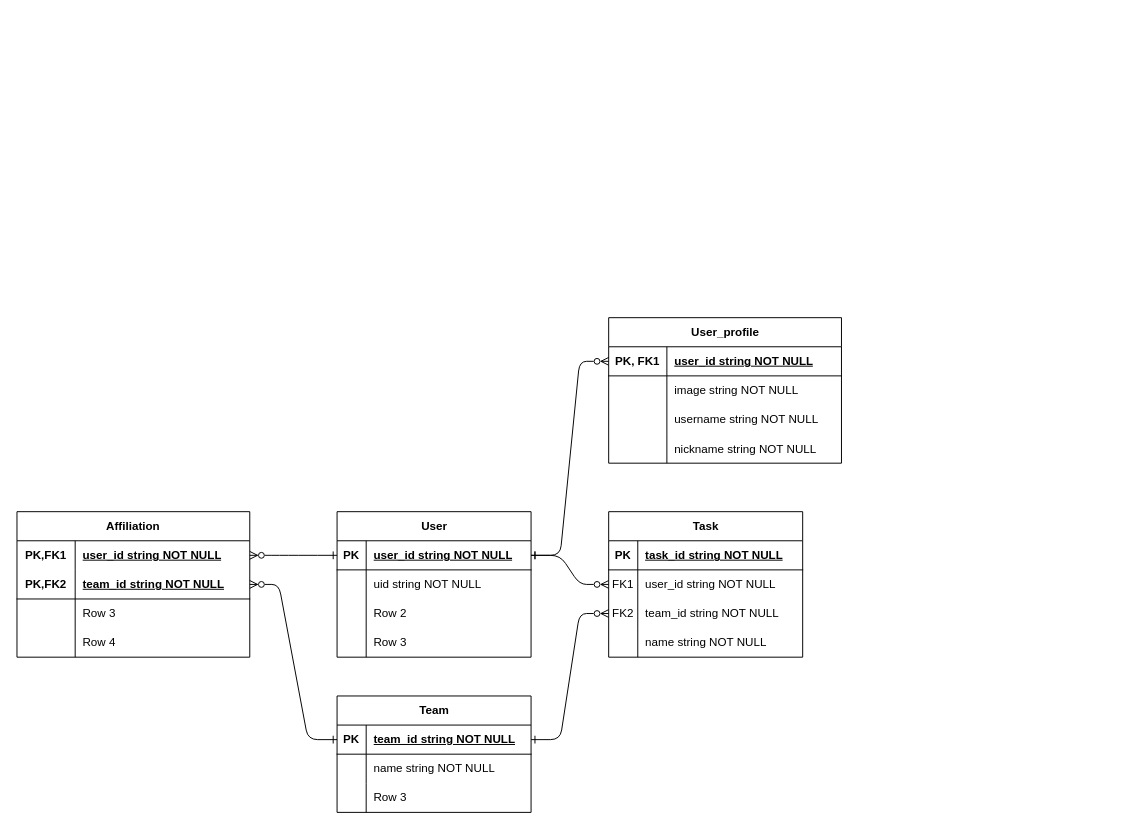
tsuyuni/pj_ETM keeps this draw.io diagram as er.drawio. Above is the earlier version. Source tidied: cells renumbered, new cells numbered last; positions are measured from the earlier drawing's top-left corner, leaving out a move shared by most shapes. Both pictures are drawn from the tidied source at 97%, with x=0, y=0 at pixel (16, 317).
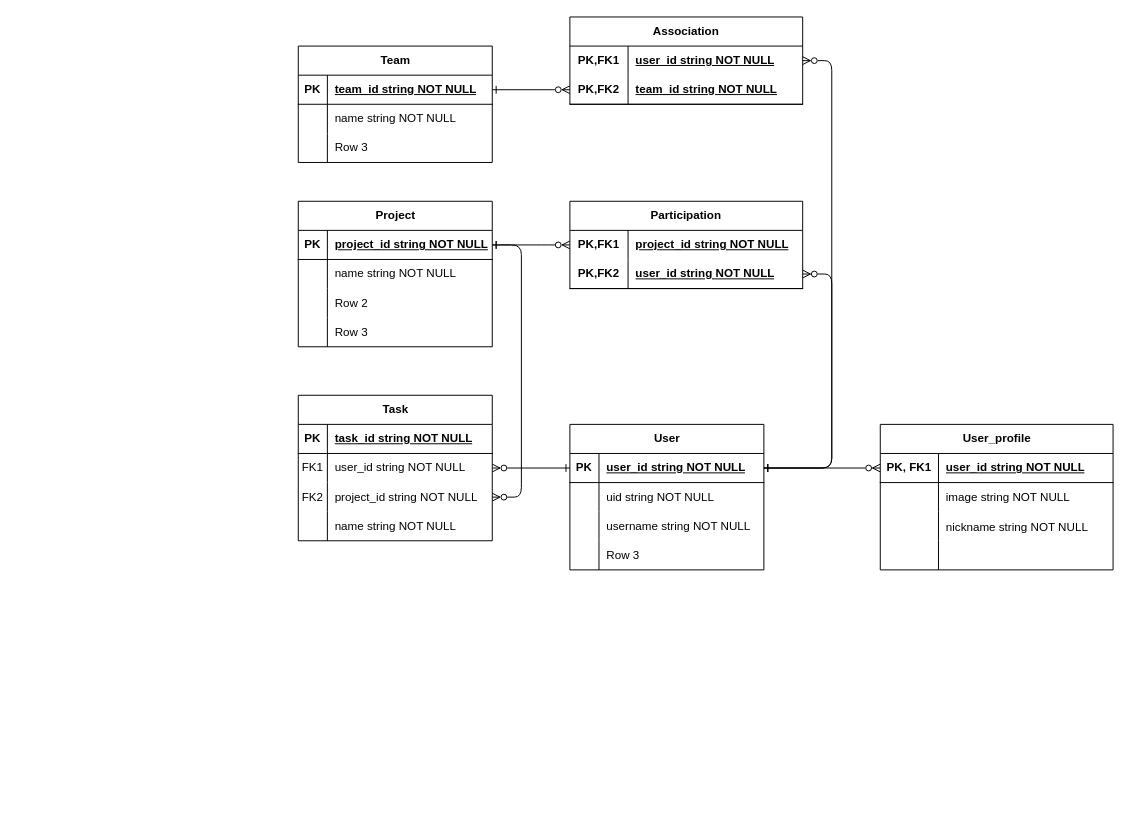
After the change.

Unchanged cells that the change refers to:
```xml
<mxCell id="3" style="shape=tableRow;horizontal=0;startSize=0;swimlaneHead=0;swimlaneBody=0;fillColor=none;points=[[0,0.5],[1,0.5]];portConstraint=eastwest;top=0;left=0;right=0;bottom=1;" parent="2" vertex="1">
  <mxGeometry y="30" width="200" height="30" as="geometry" />
</mxCell>
<mxCell id="9" style="shape=tableRow;horizontal=0;startSize=0;swimlaneHead=0;swimlaneBody=0;fillColor=none;top=0;left=0;right=0;bottom=0;" parent="2" vertex="1">
  <mxGeometry y="90" width="200" height="30" as="geometry" />
</mxCell>
<mxCell id="19" style="shape=tableRow;horizontal=0;startSize=0;swimlaneHead=0;swimlaneBody=0;fillColor=none;points=[[0,0.5],[1,0.5]];portConstraint=eastwest;top=0;left=0;right=0;bottom=0;" parent="15" vertex="1">
  <mxGeometry y="60" width="200" height="30" as="geometry" />
</mxCell>
<mxCell id="22" style="shape=tableRow;horizontal=0;startSize=0;swimlaneHead=0;swimlaneBody=0;fillColor=none;points=[[0,0.5],[1,0.5]];portConstraint=eastwest;top=0;left=0;right=0;bottom=0;" parent="15" vertex="1">
  <mxGeometry y="90" width="200" height="30" as="geometry" />
</mxCell>
<mxCell id="30" style="shape=tableRow;horizontal=0;startSize=0;swimlaneHead=0;swimlaneBody=0;fillColor=none;points=[[0,0.5],[1,0.5]];portConstraint=eastwest;top=0;left=0;right=0;bottom=1;" parent="29" vertex="1">
  <mxGeometry y="30" width="240" height="30" as="geometry" />
</mxCell>
<mxCell id="44" style="shape=tableRow;horizontal=0;startSize=0;swimlaneHead=0;swimlaneBody=0;fillColor=none;points=[[0,0.5],[1,0.5]];portConstraint=eastwest;top=0;left=0;right=0;bottom=1;" parent="43" vertex="1">
  <mxGeometry y="30" width="200" height="30" as="geometry" />
</mxCell>
<mxCell id="54" style="shape=tableRow;horizontal=0;startSize=0;swimlaneHead=0;swimlaneBody=0;fillColor=none;points=[[0,0.5],[1,0.5]];portConstraint=eastwest;top=0;left=0;right=0;bottom=0;html=1;" parent="53" vertex="1">
  <mxGeometry y="30" width="240" height="30" as="geometry" />
</mxCell>
<mxCell id="57" style="shape=tableRow;horizontal=0;startSize=0;swimlaneHead=0;swimlaneBody=0;fillColor=none;points=[[0,0.5],[1,0.5]];portConstraint=eastwest;top=0;left=0;right=0;bottom=1;html=1;" parent="53" vertex="1">
  <mxGeometry y="60" width="240" height="30" as="geometry" />
</mxCell>
```

The edit, as a diff of the source:
```diff
@@
     <mxCell id="2" value="User" style="shape=table;startSize=30;childLayout=tableLayout;rowLines=0;fontStyle=1;align=center;html=1;" parent="1" vertex="1">
-      <mxGeometry x="330" y="200" width="200" height="150" as="geometry" />
+      <mxGeometry x="570" y="110" width="200" height="150" as="geometry" />
     </mxCell>
@@
-    <mxCell id="11" value="Row 2" style="shape=partialRectangle;fillColor=none;top=0;left=0;bottom=0;right=0;align=left;spacingLeft=6;overflow=hidden;whiteSpace=wrap;html=1;" parent="9" vertex="1">
+    <mxCell id="11" value="username string NOT NULL" style="shape=partialRectangle;fillColor=none;top=0;left=0;bottom=0;right=0;align=left;spacingLeft=6;overflow=hidden;whiteSpace=wrap;html=1;" parent="9" vertex="1">
       <mxGeometry x="30" width="170" height="30" as="geometry" />
     </mxCell>
@@
     <mxCell id="15" value="Task" style="shape=table;startSize=30;childLayout=tableLayout;rowLines=0;fontStyle=1;align=center;html=1;" parent="1" vertex="1">
-      <mxGeometry x="610" y="200" width="200" height="150" as="geometry" />
+      <mxGeometry x="290" y="80" width="200" height="150" as="geometry" />
     </mxCell>
@@
-    <mxCell id="24" value="team_id string NOT NULL" style="shape=partialRectangle;fillColor=none;top=0;left=0;bottom=0;right=0;align=left;spacingLeft=6;overflow=hidden;whiteSpace=wrap;html=1;" parent="22" vertex="1">
+    <mxCell id="24" value="project_id string NOT NULL" style="shape=partialRectangle;fillColor=none;top=0;left=0;bottom=0;right=0;align=left;spacingLeft=6;overflow=hidden;whiteSpace=wrap;html=1;" parent="22" vertex="1">
       <mxGeometry x="30" width="170" height="30" as="geometry" />
     </mxCell>
@@
-    <mxCell id="28" style="edgeStyle=entityRelationEdgeStyle;rounded=1;jettySize=auto;html=1;exitX=1;exitY=0.5;exitDx=0;exitDy=0;endArrow=ERzeroToMany;endFill=0;startArrow=ERone;startFill=0;entryX=0;entryY=0.5;entryDx=0;entryDy=0;" parent="1" edge="1" source="3" target="19">
+    <mxCell id="28" style="edgeStyle=orthogonalEdgeStyle;rounded=1;jettySize=auto;html=1;exitX=0;exitY=0.5;exitDx=0;exitDy=0;endArrow=ERzeroToMany;endFill=0;startArrow=ERone;startFill=0;entryX=1;entryY=0.5;entryDx=0;entryDy=0;" parent="1" edge="1" source="3" target="19">
       <mxGeometry relative="1" as="geometry" />
     </mxCell>
     <mxCell id="29" value="User_profile" style="shape=table;startSize=30;childLayout=tableLayout;rowLines=0;fontStyle=1;align=center;html=1;" parent="1" vertex="1">
-      <mxGeometry x="610" width="240" height="150" as="geometry" />
+      <mxGeometry x="890" y="110" width="240" height="150" as="geometry" />
     </mxCell>
@@
+    <mxCell id="39" style="shape=tableRow;horizontal=0;startSize=0;swimlaneHead=0;swimlaneBody=0;fillColor=none;top=0;left=0;right=0;bottom=0;" parent="29" vertex="1">
+      <mxGeometry y="90" width="240" height="30" as="geometry" />
+    </mxCell>
+    <mxCell id="40" style="shape=partialRectangle;fillColor=none;top=0;left=0;bottom=0;right=0;overflow=hidden;" parent="39" vertex="1">
+      <mxGeometry width="60" height="30" as="geometry" />
+    </mxCell>
+    <mxCell id="41" value="nickname string NOT NULL" style="shape=partialRectangle;fillColor=none;top=0;left=0;bottom=0;right=0;align=left;spacingLeft=6;overflow=hidden;" parent="39" vertex="1">
+      <mxGeometry x="60" width="180" height="30" as="geometry" />
+    </mxCell>
     <mxCell id="36" style="shape=tableRow;horizontal=0;startSize=0;swimlaneHead=0;swimlaneBody=0;fillColor=none;top=0;left=0;right=0;bottom=0;" parent="29" vertex="1">
-      <mxGeometry y="90" width="240" height="30" as="geometry" />
+      <mxGeometry y="120" width="240" height="30" as="geometry" />
     </mxCell>
@@
-    <mxCell id="38" value="username string NOT NULL" style="shape=partialRectangle;fillColor=none;top=0;left=0;bottom=0;right=0;align=left;spacingLeft=6;overflow=hidden;whiteSpace=wrap;html=1;" parent="36" vertex="1">
+    <mxCell id="38" style="shape=partialRectangle;fillColor=none;top=0;left=0;bottom=0;right=0;align=left;spacingLeft=6;overflow=hidden;whiteSpace=wrap;html=1;" parent="36" vertex="1">
       <mxGeometry x="60" width="180" height="30" as="geometry" />
     </mxCell>
-    <mxCell id="39" style="shape=tableRow;horizontal=0;startSize=0;swimlaneHead=0;swimlaneBody=0;fillColor=none;top=0;left=0;right=0;bottom=0;" parent="29" vertex="1">
-      <mxGeometry y="120" width="240" height="30" as="geometry" />
-    </mxCell>
-    <mxCell id="40" style="shape=partialRectangle;fillColor=none;top=0;left=0;bottom=0;right=0;overflow=hidden;" parent="39" vertex="1">
-      <mxGeometry width="60" height="30" as="geometry" />
-    </mxCell>
-    <mxCell id="41" value="nickname string NOT NULL" style="shape=partialRectangle;fillColor=none;top=0;left=0;bottom=0;right=0;align=left;spacingLeft=6;overflow=hidden;" parent="39" vertex="1">
-      <mxGeometry x="60" width="180" height="30" as="geometry" />
-    </mxCell>
-    <mxCell id="42" style="edgeStyle=entityRelationEdgeStyle;rounded=1;jettySize=auto;html=1;exitX=1;exitY=0.5;exitDx=0;exitDy=0;endArrow=ERzeroToMany;endFill=0;startArrow=ERone;startFill=0;entryX=0;entryY=0.5;entryDx=0;entryDy=0;" parent="1" edge="1" source="3" target="30">
+    <mxCell id="42" style="edgeStyle=orthogonalEdgeStyle;rounded=1;jettySize=auto;html=1;exitX=1;exitY=0.5;exitDx=0;exitDy=0;endArrow=ERzeroToMany;endFill=0;startArrow=ERone;startFill=0;endSize=6;targetPerimeterSpacing=0;jumpStyle=none;shadow=0;entryX=0;entryY=0.5;entryDx=0;entryDy=0;" parent="1" edge="1" source="3" target="30">
       <mxGeometry relative="1" as="geometry" />
     </mxCell>
     <mxCell id="43" value="Team" style="shape=table;startSize=30;childLayout=tableLayout;rowLines=0;fontStyle=1;align=center;html=1;" parent="1" vertex="1">
-      <mxGeometry x="330" y="390" width="200" height="120" as="geometry" />
+      <mxGeometry x="290" y="-280" width="200" height="120" as="geometry" />
     </mxCell>
@@
-    <mxCell id="53" value="Affiliation" style="shape=table;startSize=30;childLayout=tableLayout;rowLines=0;fontStyle=1;align=center;html=1;whiteSpace=wrap;" parent="1" vertex="1">
-      <mxGeometry y="200" width="240" height="150" as="geometry" />
+    <mxCell id="53" value="Association" style="shape=table;startSize=30;childLayout=tableLayout;rowLines=0;fontStyle=1;align=center;html=1;whiteSpace=wrap;" parent="1" vertex="1">
+      <mxGeometry x="570" y="-310" width="240" height="90" as="geometry" />
     </mxCell>
@@
-    <mxCell id="60" style="shape=tableRow;horizontal=0;startSize=0;swimlaneHead=0;swimlaneBody=0;fillColor=none;top=0;left=0;right=0;bottom=0;html=1;" parent="53" vertex="1">
-      <mxGeometry y="90" width="240" height="30" as="geometry" />
-    </mxCell>
-    <mxCell id="61" style="shape=partialRectangle;fillColor=none;top=0;left=0;bottom=0;right=0;overflow=hidden;html=1;whiteSpace=wrap;" parent="60" vertex="1">
-      <mxGeometry width="60" height="30" as="geometry" />
-    </mxCell>
-    <mxCell id="62" value="Row 3" style="shape=partialRectangle;fillColor=none;top=0;left=0;bottom=0;right=0;align=left;spacingLeft=6;overflow=hidden;html=1;whiteSpace=wrap;" parent="60" vertex="1">
-      <mxGeometry x="60" width="180" height="30" as="geometry" />
-    </mxCell>
-    <mxCell id="63" style="shape=tableRow;horizontal=0;startSize=0;swimlaneHead=0;swimlaneBody=0;fillColor=none;top=0;left=0;right=0;bottom=0;html=1;" parent="53" vertex="1">
-      <mxGeometry y="120" width="240" height="30" as="geometry" />
-    </mxCell>
-    <mxCell id="64" style="shape=partialRectangle;fillColor=none;top=0;left=0;bottom=0;right=0;overflow=hidden;html=1;whiteSpace=wrap;" parent="63" vertex="1">
-      <mxGeometry width="60" height="30" as="geometry" />
-    </mxCell>
-    <mxCell id="65" value="Row 4" style="shape=partialRectangle;fillColor=none;top=0;left=0;bottom=0;right=0;align=left;spacingLeft=6;overflow=hidden;html=1;whiteSpace=wrap;" parent="63" vertex="1">
-      <mxGeometry x="60" width="180" height="30" as="geometry" />
-    </mxCell>
-    <mxCell id="66" style="edgeStyle=entityRelationEdgeStyle;rounded=1;jettySize=auto;html=1;exitX=0;exitY=0.5;exitDx=0;exitDy=0;endArrow=ERzeroToMany;endFill=0;startArrow=ERone;startFill=0;entryX=1;entryY=0.5;entryDx=0;entryDy=0;" parent="1" edge="1" source="3" target="54">
+    <mxCell id="66" style="edgeStyle=entityRelationEdgeStyle;rounded=1;jettySize=auto;html=1;exitX=1;exitY=0.5;exitDx=0;exitDy=0;endArrow=ERzeroToMany;endFill=0;startArrow=ERone;startFill=0;entryX=0;entryY=0.5;entryDx=0;entryDy=0;" parent="1" edge="1" source="70" target="82">
       <mxGeometry relative="1" as="geometry" />
     </mxCell>
-    <mxCell id="67" style="edgeStyle=entityRelationEdgeStyle;rounded=1;jettySize=auto;html=1;exitX=0;exitY=0.5;exitDx=0;exitDy=0;endArrow=ERzeroToMany;endFill=0;startArrow=ERone;startFill=0;entryX=1;entryY=0.5;entryDx=0;entryDy=0;" parent="1" edge="1" source="44" target="57">
+    <mxCell id="67" style="edgeStyle=orthogonalEdgeStyle;rounded=1;jettySize=auto;html=1;endArrow=ERzeroToMany;endFill=0;startArrow=ERone;startFill=0;entryX=0;entryY=0.5;entryDx=0;entryDy=0;exitX=1;exitY=0.5;exitDx=0;exitDy=0;" parent="1" edge="1" source="44" target="57">
       <mxGeometry relative="1" as="geometry" />
     </mxCell>
-    <mxCell id="68" style="edgeStyle=entityRelationEdgeStyle;rounded=1;jettySize=auto;html=1;endArrow=ERzeroToMany;endFill=0;startArrow=ERone;startFill=0;entryX=0;entryY=0.5;entryDx=0;entryDy=0;exitX=1;exitY=0.5;exitDx=0;exitDy=0;" parent="1" edge="1" source="44" target="22">
+    <mxCell id="68" style="edgeStyle=entityRelationEdgeStyle;rounded=1;jettySize=auto;html=1;endArrow=ERzeroToMany;endFill=0;startArrow=ERone;startFill=0;entryX=1;entryY=0.5;entryDx=0;entryDy=0;exitX=1;exitY=0.5;exitDx=0;exitDy=0;" parent="1" edge="1" source="70" target="22">
       <mxGeometry relative="1" as="geometry" />
     </mxCell>
+    <mxCell id="69" value="Project" style="shape=table;startSize=30;childLayout=tableLayout;rowLines=0;fontStyle=1;align=center;html=1;" parent="1" vertex="1">
+      <mxGeometry x="290" y="-120" width="200" height="150" as="geometry" />
+    </mxCell>
+    <mxCell id="70" style="shape=tableRow;horizontal=0;startSize=0;swimlaneHead=0;swimlaneBody=0;fillColor=none;points=[[0,0.5],[1,0.5]];portConstraint=eastwest;top=0;left=0;right=0;bottom=1;" parent="69" vertex="1">
+      <mxGeometry y="30" width="200" height="30" as="geometry" />
+    </mxCell>
+    <mxCell id="71" value="PK" style="shape=partialRectangle;fillColor=none;top=0;left=0;bottom=0;right=0;fontStyle=1;overflow=hidden;whiteSpace=wrap;html=1;" parent="70" vertex="1">
+      <mxGeometry width="30" height="30" as="geometry" />
+    </mxCell>
+    <mxCell id="72" value="project_id string NOT NULL" style="shape=partialRectangle;fillColor=none;top=0;left=0;bottom=0;right=0;align=left;spacingLeft=6;fontStyle=5;overflow=hidden;whiteSpace=wrap;html=1;" parent="70" vertex="1">
+      <mxGeometry x="30" width="170" height="30" as="geometry" />
+    </mxCell>
+    <mxCell id="73" style="shape=tableRow;horizontal=0;startSize=0;swimlaneHead=0;swimlaneBody=0;fillColor=none;top=0;left=0;right=0;bottom=0;" parent="69" vertex="1">
+      <mxGeometry y="60" width="200" height="30" as="geometry" />
+    </mxCell>
+    <mxCell id="74" style="shape=partialRectangle;fillColor=none;top=0;left=0;bottom=0;right=0;overflow=hidden;whiteSpace=wrap;html=1;" parent="73" vertex="1">
+      <mxGeometry width="30" height="30" as="geometry" />
+    </mxCell>
+    <mxCell id="75" value="name string NOT NULL" style="shape=partialRectangle;fillColor=none;top=0;left=0;bottom=0;right=0;align=left;spacingLeft=6;overflow=hidden;whiteSpace=wrap;html=1;" parent="73" vertex="1">
+      <mxGeometry x="30" width="170" height="30" as="geometry" />
+    </mxCell>
+    <mxCell id="76" style="shape=tableRow;horizontal=0;startSize=0;swimlaneHead=0;swimlaneBody=0;fillColor=none;top=0;left=0;right=0;bottom=0;" parent="69" vertex="1">
+      <mxGeometry y="90" width="200" height="30" as="geometry" />
+    </mxCell>
+    <mxCell id="77" style="shape=partialRectangle;fillColor=none;top=0;left=0;bottom=0;right=0;overflow=hidden;whiteSpace=wrap;html=1;" parent="76" vertex="1">
+      <mxGeometry width="30" height="30" as="geometry" />
+    </mxCell>
+    <mxCell id="78" value="Row 2" style="shape=partialRectangle;fillColor=none;top=0;left=0;bottom=0;right=0;align=left;spacingLeft=6;overflow=hidden;whiteSpace=wrap;html=1;" parent="76" vertex="1">
+      <mxGeometry x="30" width="170" height="30" as="geometry" />
+    </mxCell>
+    <mxCell id="79" style="shape=tableRow;horizontal=0;startSize=0;swimlaneHead=0;swimlaneBody=0;fillColor=none;top=0;left=0;right=0;bottom=0;" parent="69" vertex="1">
+      <mxGeometry y="120" width="200" height="30" as="geometry" />
+    </mxCell>
+    <mxCell id="80" style="shape=partialRectangle;fillColor=none;top=0;left=0;bottom=0;right=0;overflow=hidden;whiteSpace=wrap;html=1;" parent="79" vertex="1">
+      <mxGeometry width="30" height="30" as="geometry" />
+    </mxCell>
+    <mxCell id="62" value="Row 3" style="shape=partialRectangle;fillColor=none;top=0;left=0;bottom=0;right=0;align=left;spacingLeft=6;overflow=hidden;whiteSpace=wrap;html=1;" parent="79" vertex="1">
+      <mxGeometry x="30" width="170" height="30" as="geometry" />
+    </mxCell>
+    <mxCell id="81" value="Participation" style="shape=table;startSize=30;childLayout=tableLayout;rowLines=0;fontStyle=1;align=center;html=1;whiteSpace=wrap;" parent="1" vertex="1">
+      <mxGeometry x="570" y="-120" width="240" height="90" as="geometry" />
+    </mxCell>
+    <mxCell id="82" style="shape=tableRow;horizontal=0;startSize=0;swimlaneHead=0;swimlaneBody=0;fillColor=none;points=[[0,0.5],[1,0.5]];portConstraint=eastwest;top=0;left=0;right=0;bottom=0;html=1;" parent="81" vertex="1">
+      <mxGeometry y="30" width="240" height="30" as="geometry" />
+    </mxCell>
+    <mxCell id="83" value="PK,FK1" style="shape=partialRectangle;fillColor=none;top=0;left=0;bottom=0;right=0;fontStyle=1;overflow=hidden;html=1;whiteSpace=wrap;" parent="82" vertex="1">
+      <mxGeometry width="60" height="30" as="geometry" />
+    </mxCell>
+    <mxCell id="84" value="project_id string NOT NULL" style="shape=partialRectangle;fillColor=none;top=0;left=0;bottom=0;right=0;align=left;spacingLeft=6;fontStyle=5;overflow=hidden;html=1;whiteSpace=wrap;" parent="82" vertex="1">
+      <mxGeometry x="60" width="180" height="30" as="geometry" />
+    </mxCell>
+    <mxCell id="85" style="shape=tableRow;horizontal=0;startSize=0;swimlaneHead=0;swimlaneBody=0;fillColor=none;points=[[0,0.5],[1,0.5]];portConstraint=eastwest;top=0;left=0;right=0;bottom=1;html=1;" parent="81" vertex="1">
+      <mxGeometry y="60" width="240" height="30" as="geometry" />
+    </mxCell>
+    <mxCell id="86" value="PK,FK2" style="shape=partialRectangle;fillColor=none;top=0;left=0;bottom=0;right=0;fontStyle=1;overflow=hidden;html=1;whiteSpace=wrap;" parent="85" vertex="1">
+      <mxGeometry width="60" height="30" as="geometry" />
+    </mxCell>
+    <mxCell id="87" value="user_id string NOT NULL" style="shape=partialRectangle;fillColor=none;top=0;left=0;bottom=0;right=0;align=left;spacingLeft=6;fontStyle=5;overflow=hidden;html=1;whiteSpace=wrap;" parent="85" vertex="1">
+      <mxGeometry x="60" width="180" height="30" as="geometry" />
+    </mxCell>
+    <mxCell id="88" style="edgeStyle=orthogonalEdgeStyle;rounded=1;jettySize=auto;html=1;exitX=1;exitY=0.5;exitDx=0;exitDy=0;endArrow=ERzeroToMany;endFill=0;startArrow=ERone;startFill=0;entryX=1;entryY=0.5;entryDx=0;entryDy=0;" parent="1" edge="1" source="3" target="85">
+      <mxGeometry relative="1" as="geometry">
+        <Array as="points">
+          <mxPoint x="840" y="155" />
+          <mxPoint x="840" y="-45" />
+        </Array>
+      </mxGeometry>
+    </mxCell>
+    <mxCell id="89" style="edgeStyle=orthogonalEdgeStyle;rounded=1;jettySize=auto;html=1;endArrow=ERzeroToMany;endFill=0;startArrow=ERone;startFill=0;entryX=1;entryY=0.5;entryDx=0;entryDy=0;exitX=1;exitY=0.5;exitDx=0;exitDy=0;" parent="1" edge="1" source="3" target="54">
+      <mxGeometry relative="1" as="geometry">
+        <Array as="points">
+          <mxPoint x="840" y="155" />
+          <mxPoint x="840" y="-265" />
+        </Array>
+      </mxGeometry>
+    </mxCell>
```
